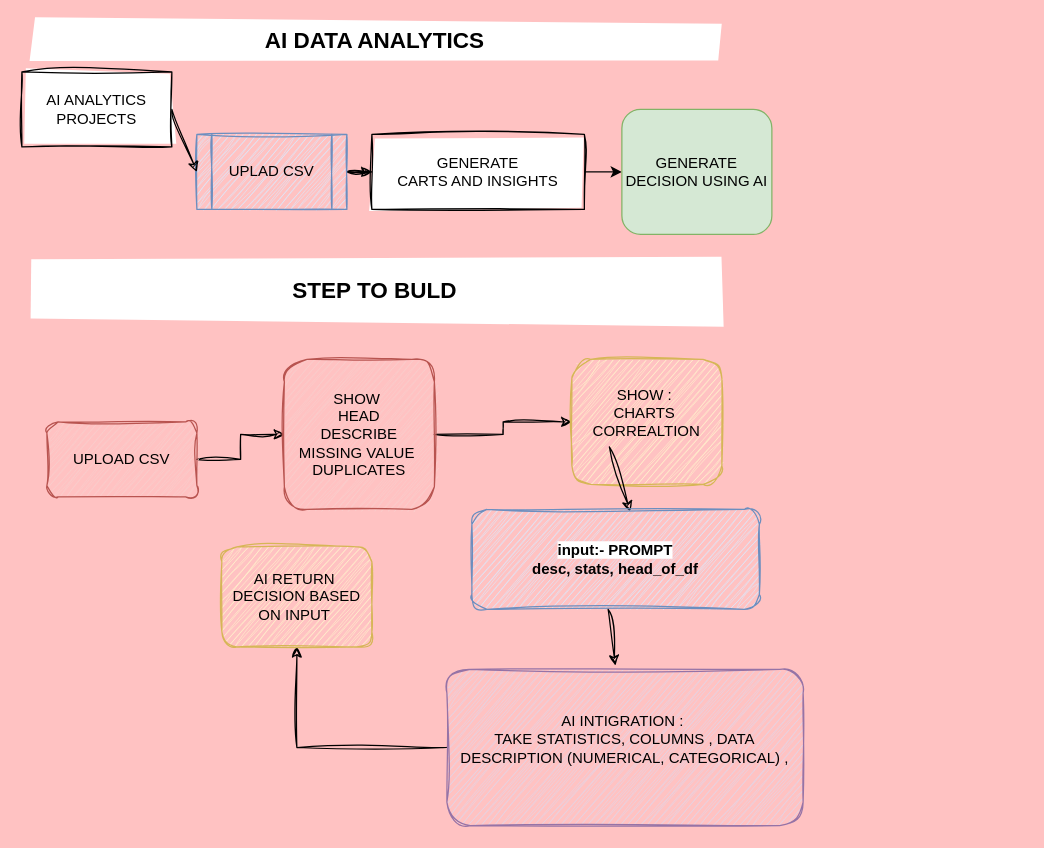
jrDhiraj/RAG_AI_ANALYTICS keeps this draw.io diagram as workflow/Untitled Diagram.drawio. Above is the earlier version. Source tidied: cells renumbered, new cells numbered last; positions are measured from the earlier drawing's top-left corner, leaving out a move shared by most shapes. Both pictures are drawn from the tidied source at 125%, with x=0, y=0 at pixel (21, 21).
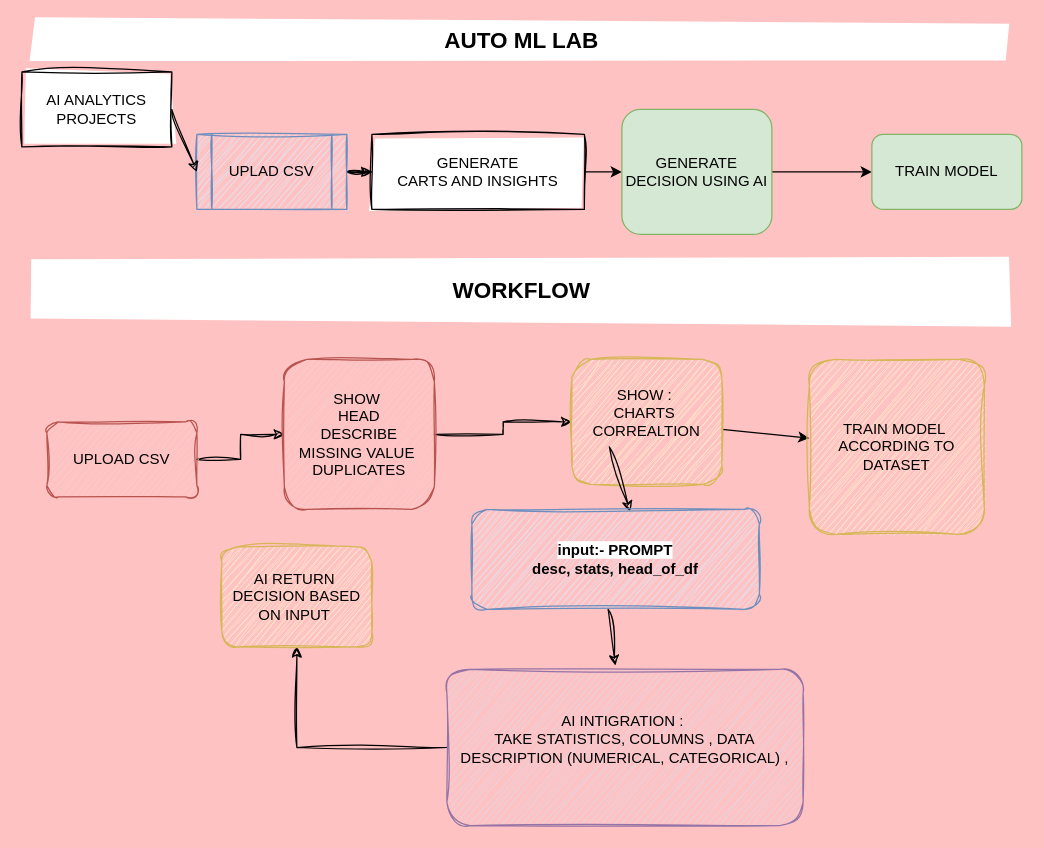
After the change.

The change refers to these unchanged cells:
```xml
<mxCell id="14" value="SHOW :&amp;nbsp;&lt;div&gt;CHARTS&amp;nbsp;&lt;/div&gt;&lt;div&gt;CORREALTION&lt;/div&gt;&lt;div&gt;&lt;br&gt;&lt;/div&gt;" style="rounded=1;whiteSpace=wrap;html=1;fillColor=#fff2cc;strokeColor=#d6b656;sketch=1;curveFitting=1;jiggle=2;" parent="1" vertex="1">
  <mxGeometry x="440" y="270" width="120" height="100" as="geometry" />
</mxCell>
<mxCell id="21" value="GENERATE DECISION USING AI" style="rounded=1;whiteSpace=wrap;html=1;fillColor=#d5e8d4;strokeColor=#82b366;" parent="1" vertex="1">
  <mxGeometry x="480" y="70" width="120" height="100" as="geometry" />
</mxCell>
```

The edit, as a diff of the source:
```diff
@@
-    <mxCell id="8" value="&lt;b&gt;&lt;sub&gt;&lt;font style=&quot;font-size: 18px;&quot;&gt;STEP TO BULD&amp;nbsp;&lt;/font&gt;&lt;/sub&gt;&lt;/b&gt;" style="text;html=1;whiteSpace=wrap;strokeColor=none;fillColor=default;align=center;verticalAlign=middle;rounded=0;sketch=1;curveFitting=1;jiggle=2;" parent="1" vertex="1">
-      <mxGeometry x="10" y="190" width="550" height="50" as="geometry" />
+    <mxCell id="8" value="&lt;span style=&quot;font-size: 18px;&quot;&gt;&lt;b&gt;WORKFLOW&lt;/b&gt;&lt;/span&gt;" style="text;html=1;whiteSpace=wrap;strokeColor=none;fillColor=default;align=center;verticalAlign=middle;rounded=0;sketch=1;curveFitting=1;jiggle=2;" parent="1" vertex="1">
+      <mxGeometry x="10" y="190" width="780" height="50" as="geometry" />
     </mxCell>
-    <mxCell id="9" value="&lt;b&gt;&lt;font style=&quot;font-size: 18px;&quot;&gt;AI DATA ANALYTICS&amp;nbsp;&lt;/font&gt;&lt;/b&gt;" style="text;html=1;whiteSpace=wrap;strokeColor=none;fillColor=default;align=center;verticalAlign=middle;rounded=0;sketch=1;curveFitting=1;jiggle=2;" parent="1" vertex="1">
-      <mxGeometry x="10" width="550" height="30" as="geometry" />
+    <mxCell id="9" value="&lt;b&gt;&lt;font style=&quot;font-size: 18px;&quot;&gt;AUTO ML LAB&lt;/font&gt;&lt;/b&gt;" style="text;html=1;whiteSpace=wrap;strokeColor=none;fillColor=default;align=center;verticalAlign=middle;rounded=0;sketch=1;curveFitting=1;jiggle=2;" parent="1" vertex="1">
+      <mxGeometry x="10" width="780" height="30" as="geometry" />
     </mxCell>
@@
+    <mxCell id="22" style="edgeStyle=none;html=1;" parent="1" edge="1" source="14" target="25">
+      <mxGeometry relative="1" as="geometry" />
+    </mxCell>
@@
+    <mxCell id="23" style="edgeStyle=none;html=1;" parent="1" edge="1" source="21" target="24">
+      <mxGeometry relative="1" as="geometry" />
+    </mxCell>
@@
+    <mxCell id="24" value="TRAIN MODEL" style="whiteSpace=wrap;html=1;fillColor=#d5e8d4;strokeColor=#82b366;rounded=1;" parent="1" vertex="1">
+      <mxGeometry x="680" y="90" width="120" height="60" as="geometry" />
+    </mxCell>
+    <mxCell id="25" value="TRAIN MODEL&amp;nbsp;&lt;div&gt;ACCORDING TO DATASET&lt;/div&gt;" style="whiteSpace=wrap;html=1;fillColor=#fff2cc;strokeColor=#d6b656;rounded=1;sketch=1;curveFitting=1;jiggle=2;" parent="1" vertex="1">
+      <mxGeometry x="630" y="270" width="140" height="140" as="geometry" />
+    </mxCell>
```
